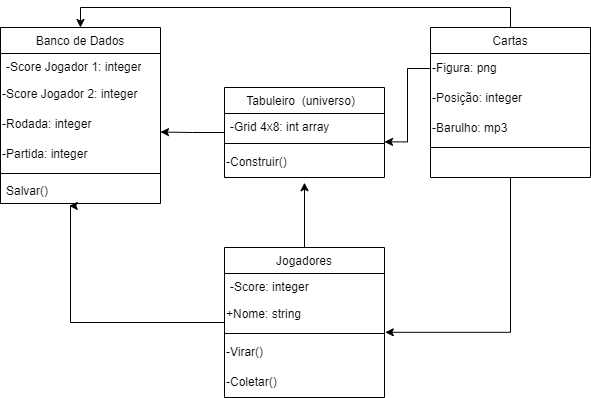
Earlier version of the draw.io export Diagrama de Classes.drawio.png (FelipeRibeirooo/Entrega-03-OO-UML). Source tidied: cells renumbered, new cells last; positions are measured from the earlier drawing's top-left corner, leaving out a move shared by most shapes. Its diagram source:
```xml
<mxGraphModel>
  <root>
    <mxCell id="0" />
    <mxCell id="1" parent="0" />
    <mxCell id="2" style="edgeStyle=orthogonalEdgeStyle;rounded=0;jettySize=auto;html=1;entryX=1;entryY=0.75;entryDx=0;entryDy=0;" parent="1" edge="1" source="3" target="22">
      <mxGeometry relative="1" as="geometry" />
    </mxCell>
    <mxCell id="3" value="Tabuleiro  (universo)  " style="swimlane;fontStyle=0;align=center;verticalAlign=top;horizontal=1;startSize=26;rounded=0;shadow=0;strokeWidth=1;" parent="1" vertex="1">
      <mxGeometry x="224" y="80" width="160" height="90" as="geometry" />
    </mxCell>
    <mxCell id="4" value="-Grid 4x8: int array" style="text;align=left;verticalAlign=top;spacingLeft=4;spacingRight=4;overflow=hidden;" parent="3" vertex="1">
      <mxGeometry y="26" width="160" height="26" as="geometry" />
    </mxCell>
    <mxCell id="5" style="line;html=1;strokeWidth=1;align=left;verticalAlign=middle;spacingTop=-1;spacingLeft=3;spacingRight=3;labelPosition=right;" parent="3" vertex="1">
      <mxGeometry y="52" width="160" height="8" as="geometry" />
    </mxCell>
    <mxCell id="6" value="&lt;div align=&quot;left&quot;&gt;-Construir()&lt;/div&gt;" style="text;html=1;align=left;verticalAlign=middle;points=[];strokeColor=none;fillColor=none;" parent="3" vertex="1">
      <mxGeometry y="60" width="160" height="30" as="geometry" />
    </mxCell>
    <mxCell id="7" value="Jogadores" style="swimlane;fontStyle=0;align=center;verticalAlign=top;horizontal=1;startSize=26;rounded=0;shadow=0;strokeWidth=1;" parent="1" vertex="1">
      <mxGeometry x="224" y="240" width="160" height="150" as="geometry" />
    </mxCell>
    <mxCell id="8" value="-Score: integer" style="text;align=left;verticalAlign=top;spacingLeft=4;spacingRight=4;overflow=hidden;" parent="7" vertex="1">
      <mxGeometry y="26" width="160" height="26" as="geometry" />
    </mxCell>
    <mxCell id="9" value="&lt;div align=&quot;left&quot;&gt;+Nome: string &lt;br&gt;&lt;/div&gt;" style="text;html=1;strokeColor=none;fillColor=none;align=left;verticalAlign=middle;whiteSpace=wrap;rounded=0;" parent="7" vertex="1">
      <mxGeometry y="52" width="160" height="30" as="geometry" />
    </mxCell>
    <mxCell id="10" style="line;html=1;strokeWidth=1;align=left;verticalAlign=middle;spacingTop=-1;spacingLeft=3;spacingRight=3;labelPosition=right;" parent="7" vertex="1">
      <mxGeometry y="82" width="160" height="8" as="geometry" />
    </mxCell>
    <mxCell id="11" value="-Virar()" style="text;html=1;align=left;verticalAlign=middle;points=[];strokeColor=none;fillColor=none;" parent="7" vertex="1">
      <mxGeometry y="90" width="160" height="30" as="geometry" />
    </mxCell>
    <mxCell id="12" value="-Coletar()" style="text;html=1;align=left;verticalAlign=middle;strokeColor=none;fillColor=none;" parent="7" vertex="1">
      <mxGeometry y="120" width="160" height="30" as="geometry" />
    </mxCell>
    <mxCell id="13" style="edgeStyle=orthogonalEdgeStyle;rounded=0;jettySize=auto;html=1;entryX=0.5;entryY=0;entryDx=0;entryDy=0;" parent="1" edge="1" source="14" target="19">
      <mxGeometry relative="1" as="geometry">
        <Array as="points">
          <mxPoint x="510" />
          <mxPoint x="80" />
        </Array>
      </mxGeometry>
    </mxCell>
    <mxCell id="14" value="Cartas" style="swimlane;fontStyle=0;align=center;verticalAlign=top;horizontal=1;startSize=26;rounded=0;shadow=0;strokeWidth=1;" parent="1" vertex="1">
      <mxGeometry x="430" y="20" width="160" height="150" as="geometry" />
    </mxCell>
    <mxCell id="15" value="&lt;div align=&quot;left&quot;&gt;-Figura: png&lt;br&gt;&lt;/div&gt;" style="text;html=1;strokeColor=none;fillColor=none;align=left;verticalAlign=middle;whiteSpace=wrap;rounded=0;" parent="14" vertex="1">
      <mxGeometry y="26" width="160" height="30" as="geometry" />
    </mxCell>
    <mxCell id="16" value="&lt;div align=&quot;left&quot;&gt;-Posição: integer&lt;br&gt;&lt;/div&gt;" style="text;html=1;strokeColor=none;fillColor=none;align=left;verticalAlign=middle;whiteSpace=wrap;rounded=0;" parent="14" vertex="1">
      <mxGeometry y="56" width="160" height="30" as="geometry" />
    </mxCell>
    <mxCell id="17" value="&lt;div align=&quot;left&quot;&gt;-Barulho: mp3&lt;br&gt;&lt;/div&gt;" style="text;html=1;strokeColor=none;fillColor=none;align=left;verticalAlign=middle;whiteSpace=wrap;rounded=0;" parent="14" vertex="1">
      <mxGeometry y="86" width="160" height="30" as="geometry" />
    </mxCell>
    <mxCell id="18" style="line;html=1;strokeWidth=1;align=left;verticalAlign=middle;spacingTop=-1;spacingLeft=3;spacingRight=3;labelPosition=right;" parent="14" vertex="1">
      <mxGeometry y="116" width="160" height="8" as="geometry" />
    </mxCell>
    <mxCell id="19" value="&lt;span style=&quot;font-weight: normal;&quot;&gt;Banco de Dados&lt;/span&gt;" style="swimlane;fontStyle=1;align=center;verticalAlign=top;horizontal=1;startSize=26;whiteSpace=wrap;html=1;" parent="1" vertex="1">
      <mxGeometry y="20" width="160" height="176" as="geometry" />
    </mxCell>
    <mxCell id="20" value="&lt;div&gt;-Score Jogador 1: integer &lt;br&gt;&lt;/div&gt;" style="text;strokeColor=none;fillColor=none;align=left;verticalAlign=top;spacingLeft=4;spacingRight=4;overflow=hidden;whiteSpace=wrap;html=1;" parent="19" vertex="1">
      <mxGeometry y="26" width="160" height="26" as="geometry" />
    </mxCell>
    <mxCell id="21" value="&lt;div align=&quot;left&quot;&gt;-Score Jogador 2: integer&lt;br&gt;&lt;/div&gt;" style="text;html=1;strokeColor=none;fillColor=none;align=left;verticalAlign=middle;whiteSpace=wrap;rounded=0;" parent="19" vertex="1">
      <mxGeometry y="52" width="160" height="30" as="geometry" />
    </mxCell>
    <mxCell id="22" value="-Rodada: integer" style="text;html=1;strokeColor=none;fillColor=none;align=left;verticalAlign=middle;whiteSpace=wrap;rounded=0;" parent="19" vertex="1">
      <mxGeometry y="82" width="160" height="30" as="geometry" />
    </mxCell>
    <mxCell id="23" value="&lt;div align=&quot;left&quot;&gt;-Partida: integer&lt;br&gt;&lt;/div&gt;" style="text;html=1;strokeColor=none;fillColor=none;align=left;verticalAlign=middle;whiteSpace=wrap;rounded=0;" parent="19" vertex="1">
      <mxGeometry y="112" width="160" height="30" as="geometry" />
    </mxCell>
    <mxCell id="24" style="line;strokeWidth=1;fillColor=none;align=left;verticalAlign=middle;spacingTop=-1;spacingLeft=3;spacingRight=3;labelPosition=right;strokeColor=inherit;" parent="19" vertex="1">
      <mxGeometry y="142" width="160" height="8" as="geometry" />
    </mxCell>
    <mxCell id="25" value="Salvar()" style="text;strokeColor=none;fillColor=none;align=left;verticalAlign=top;spacingLeft=4;spacingRight=4;overflow=hidden;points=[[0,0.5],[1,0.5]];portConstraint=eastwest;whiteSpace=wrap;html=1;" parent="19" vertex="1">
      <mxGeometry y="150" width="160" height="26" as="geometry" />
    </mxCell>
    <mxCell id="26" style="edgeStyle=orthogonalEdgeStyle;rounded=0;jettySize=auto;html=1;entryX=0.43;entryY=1.092;entryDx=0;entryDy=0;entryPerimeter=0;" parent="1" edge="1" source="7" target="25">
      <mxGeometry relative="1" as="geometry">
        <Array as="points">
          <mxPoint x="70" y="315" />
          <mxPoint x="70" y="198" />
        </Array>
      </mxGeometry>
    </mxCell>
    <mxCell id="27" style="edgeStyle=orthogonalEdgeStyle;rounded=0;jettySize=auto;html=1;entryX=1;entryY=-0.187;entryDx=0;entryDy=0;entryPerimeter=0;" parent="1" edge="1" source="15" target="6">
      <mxGeometry relative="1" as="geometry" />
    </mxCell>
    <mxCell id="28" style="edgeStyle=orthogonalEdgeStyle;rounded=0;jettySize=auto;html=1;entryX=1.005;entryY=-0.173;entryDx=0;entryDy=0;entryPerimeter=0;" parent="1" edge="1" source="14" target="11">
      <mxGeometry relative="1" as="geometry">
        <Array as="points">
          <mxPoint x="510" y="325" />
        </Array>
      </mxGeometry>
    </mxCell>
    <mxCell id="29" style="edgeStyle=orthogonalEdgeStyle;rounded=0;jettySize=auto;html=1;entryX=0.5;entryY=1.173;entryDx=0;entryDy=0;entryPerimeter=0;" parent="1" edge="1" source="7" target="6">
      <mxGeometry relative="1" as="geometry" />
    </mxCell>
  </root>
</mxGraphModel>
```
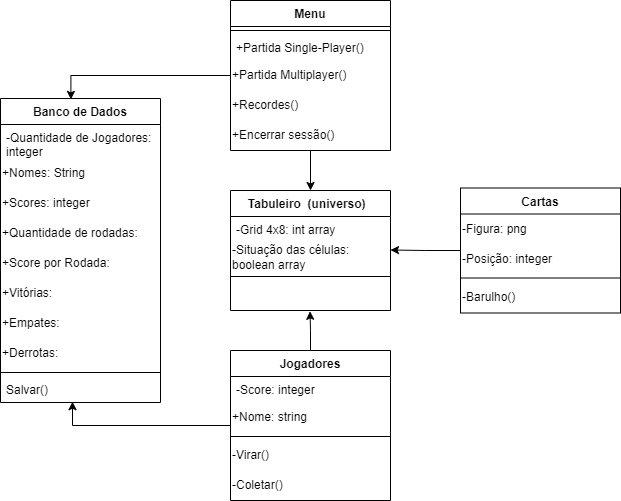
Later version of the same file.

Diff of the diagram source:
```diff
@@ -2,23 +2,23 @@
   <root>
     <mxCell id="0" />
     <mxCell id="1" parent="0" />
-    <mxCell id="2" style="edgeStyle=orthogonalEdgeStyle;rounded=0;jettySize=auto;html=1;entryX=1;entryY=0.75;entryDx=0;entryDy=0;" parent="1" edge="1" source="3" target="22">
-      <mxGeometry relative="1" as="geometry" />
-    </mxCell>
-    <mxCell id="3" value="Tabuleiro  (universo)  " style="swimlane;fontStyle=0;align=center;verticalAlign=top;horizontal=1;startSize=26;rounded=0;shadow=0;strokeWidth=1;" parent="1" vertex="1">
-      <mxGeometry x="224" y="80" width="160" height="90" as="geometry" />
+    <mxCell id="3" value="Tabuleiro  (universo)  " style="swimlane;fontStyle=1;align=center;verticalAlign=top;horizontal=1;startSize=26;rounded=0;shadow=0;strokeWidth=1;" parent="1" vertex="1">
+      <mxGeometry x="210" y="80" width="160" height="120" as="geometry" />
     </mxCell>
     <mxCell id="4" value="-Grid 4x8: int array" style="text;align=left;verticalAlign=top;spacingLeft=4;spacingRight=4;overflow=hidden;" parent="3" vertex="1">
       <mxGeometry y="26" width="160" height="26" as="geometry" />
     </mxCell>
+    <mxCell id="30" value="-Situação das células: boolean array" style="text;html=1;strokeColor=none;fillColor=none;align=left;verticalAlign=middle;whiteSpace=wrap;rounded=0;" parent="3" vertex="1">
+      <mxGeometry y="52" width="160" height="30" as="geometry" />
+    </mxCell>
     <mxCell id="5" style="line;html=1;strokeWidth=1;align=left;verticalAlign=middle;spacingTop=-1;spacingLeft=3;spacingRight=3;labelPosition=right;" parent="3" vertex="1">
-      <mxGeometry y="52" width="160" height="8" as="geometry" />
+      <mxGeometry y="82" width="160" height="8" as="geometry" />
     </mxCell>
-    <mxCell id="6" value="&lt;div align=&quot;left&quot;&gt;-Construir()&lt;/div&gt;" style="text;html=1;align=left;verticalAlign=middle;points=[];strokeColor=none;fillColor=none;" parent="3" vertex="1">
-      <mxGeometry y="60" width="160" height="30" as="geometry" />
+    <mxCell id="6" value="&lt;div align=&quot;left&quot;&gt;&lt;br&gt;&lt;/div&gt;" style="text;html=1;align=left;verticalAlign=middle;points=[];strokeColor=none;fillColor=none;" parent="3" vertex="1">
+      <mxGeometry y="90" width="160" height="30" as="geometry" />
     </mxCell>
-    <mxCell id="7" value="Jogadores" style="swimlane;fontStyle=0;align=center;verticalAlign=top;horizontal=1;startSize=26;rounded=0;shadow=0;strokeWidth=1;" parent="1" vertex="1">
-      <mxGeometry x="224" y="240" width="160" height="150" as="geometry" />
+    <mxCell id="7" value="Jogadores" style="swimlane;fontStyle=1;align=center;verticalAlign=top;horizontal=1;startSize=26;rounded=0;shadow=0;strokeWidth=1;" parent="1" vertex="1">
+      <mxGeometry x="210" y="240" width="160" height="150" as="geometry" />
     </mxCell>
     <mxCell id="8" value="-Score: integer" style="text;align=left;verticalAlign=top;spacingLeft=4;spacingRight=4;overflow=hidden;" parent="7" vertex="1">
       <mxGeometry y="26" width="160" height="26" as="geometry" />
@@ -35,16 +35,11 @@
     <mxCell id="12" value="-Coletar()" style="text;html=1;align=left;verticalAlign=middle;strokeColor=none;fillColor=none;" parent="7" vertex="1">
       <mxGeometry y="120" width="160" height="30" as="geometry" />
     </mxCell>
-    <mxCell id="13" style="edgeStyle=orthogonalEdgeStyle;rounded=0;jettySize=auto;html=1;entryX=0.5;entryY=0;entryDx=0;entryDy=0;" parent="1" edge="1" source="14" target="19">
-      <mxGeometry relative="1" as="geometry">
-        <Array as="points">
-          <mxPoint x="510" />
-          <mxPoint x="80" />
-        </Array>
-      </mxGeometry>
-    </mxCell>
+    <mxCell id="31" style="edgeStyle=orthogonalEdgeStyle;rounded=0;jettySize=auto;html=1;entryX=1;entryY=0.25;entryDx=0;entryDy=0;" parent="1" edge="1" source="14" target="30">
+      <mxGeometry relative="1" as="geometry" />
+    </mxCell>
-    <mxCell id="14" value="Cartas" style="swimlane;fontStyle=0;align=center;verticalAlign=top;horizontal=1;startSize=26;rounded=0;shadow=0;strokeWidth=1;" parent="1" vertex="1">
-      <mxGeometry x="430" y="20" width="160" height="150" as="geometry" />
+    <mxCell id="14" value="Cartas" style="swimlane;fontStyle=1;align=center;verticalAlign=top;horizontal=1;startSize=26;rounded=0;shadow=0;strokeWidth=1;" parent="1" vertex="1">
+      <mxGeometry x="440" y="77.5" width="160" height="125" as="geometry" />
     </mxCell>
     <mxCell id="15" value="&lt;div align=&quot;left&quot;&gt;-Figura: png&lt;br&gt;&lt;/div&gt;" style="text;html=1;strokeColor=none;fillColor=none;align=left;verticalAlign=middle;whiteSpace=wrap;rounded=0;" parent="14" vertex="1">
       <mxGeometry y="26" width="160" height="30" as="geometry" />
@@ -52,53 +47,74 @@
     <mxCell id="16" value="&lt;div align=&quot;left&quot;&gt;-Posição: integer&lt;br&gt;&lt;/div&gt;" style="text;html=1;strokeColor=none;fillColor=none;align=left;verticalAlign=middle;whiteSpace=wrap;rounded=0;" parent="14" vertex="1">
       <mxGeometry y="56" width="160" height="30" as="geometry" />
     </mxCell>
+    <mxCell id="18" style="line;html=1;strokeWidth=1;align=left;verticalAlign=middle;spacingTop=-1;spacingLeft=3;spacingRight=3;labelPosition=right;" parent="14" vertex="1">
+      <mxGeometry y="86" width="160" height="8" as="geometry" />
+    </mxCell>
-    <mxCell id="17" value="&lt;div align=&quot;left&quot;&gt;-Barulho: mp3&lt;br&gt;&lt;/div&gt;" style="text;html=1;strokeColor=none;fillColor=none;align=left;verticalAlign=middle;whiteSpace=wrap;rounded=0;" parent="14" vertex="1">
-      <mxGeometry y="86" width="160" height="30" as="geometry" />
+    <mxCell id="17" value="&lt;div align=&quot;left&quot;&gt;-Barulho()&lt;br&gt;&lt;/div&gt;" style="text;html=1;strokeColor=none;fillColor=none;align=left;verticalAlign=middle;whiteSpace=wrap;rounded=0;" parent="14" vertex="1">
+      <mxGeometry y="94" width="160" height="30" as="geometry" />
     </mxCell>
-    <mxCell id="18" style="line;html=1;strokeWidth=1;align=left;verticalAlign=middle;spacingTop=-1;spacingLeft=3;spacingRight=3;labelPosition=right;" parent="14" vertex="1">
-      <mxGeometry y="116" width="160" height="8" as="geometry" />
-    </mxCell>
-    <mxCell id="19" value="&lt;span style=&quot;font-weight: normal;&quot;&gt;Banco de Dados&lt;/span&gt;" style="swimlane;fontStyle=1;align=center;verticalAlign=top;horizontal=1;startSize=26;whiteSpace=wrap;html=1;" parent="1" vertex="1">
-      <mxGeometry y="20" width="160" height="176" as="geometry" />
+    <mxCell id="19" value="Banco de Dados" style="swimlane;fontStyle=1;align=center;verticalAlign=top;horizontal=1;startSize=26;whiteSpace=wrap;html=1;" parent="1" vertex="1">
+      <mxGeometry x="-20" y="-12" width="160" height="304" as="geometry" />
     </mxCell>
-    <mxCell id="20" value="&lt;div&gt;-Score Jogador 1: integer &lt;br&gt;&lt;/div&gt;" style="text;strokeColor=none;fillColor=none;align=left;verticalAlign=top;spacingLeft=4;spacingRight=4;overflow=hidden;whiteSpace=wrap;html=1;" parent="19" vertex="1">
-      <mxGeometry y="26" width="160" height="26" as="geometry" />
+    <mxCell id="20" value="&lt;div&gt;-Quantidade de Jogadores: integer&lt;br&gt;&lt;/div&gt;" style="text;strokeColor=none;fillColor=none;align=left;verticalAlign=top;spacingLeft=4;spacingRight=4;overflow=hidden;whiteSpace=wrap;html=1;" parent="19" vertex="1">
+      <mxGeometry y="26" width="160" height="34" as="geometry" />
     </mxCell>
-    <mxCell id="21" value="&lt;div align=&quot;left&quot;&gt;-Score Jogador 2: integer&lt;br&gt;&lt;/div&gt;" style="text;html=1;strokeColor=none;fillColor=none;align=left;verticalAlign=middle;whiteSpace=wrap;rounded=0;" parent="19" vertex="1">
-      <mxGeometry y="52" width="160" height="30" as="geometry" />
+    <mxCell id="21" value="&lt;div align=&quot;left&quot;&gt;+Nomes: String&lt;span style=&quot;white-space: pre;&quot;&gt;&#9;&lt;/span&gt;&lt;br&gt;&lt;/div&gt;" style="text;html=1;strokeColor=none;fillColor=none;align=left;verticalAlign=middle;whiteSpace=wrap;rounded=0;" parent="19" vertex="1">
+      <mxGeometry y="60" width="160" height="30" as="geometry" />
     </mxCell>
-    <mxCell id="22" value="-Rodada: integer" style="text;html=1;strokeColor=none;fillColor=none;align=left;verticalAlign=middle;whiteSpace=wrap;rounded=0;" parent="19" vertex="1">
-      <mxGeometry y="82" width="160" height="30" as="geometry" />
+    <mxCell id="22" value="+Scores: integer" style="text;html=1;strokeColor=none;fillColor=none;align=left;verticalAlign=middle;whiteSpace=wrap;rounded=0;" parent="19" vertex="1">
+      <mxGeometry y="90" width="160" height="30" as="geometry" />
     </mxCell>
-    <mxCell id="23" value="&lt;div align=&quot;left&quot;&gt;-Partida: integer&lt;br&gt;&lt;/div&gt;" style="text;html=1;strokeColor=none;fillColor=none;align=left;verticalAlign=middle;whiteSpace=wrap;rounded=0;" parent="19" vertex="1">
-      <mxGeometry y="112" width="160" height="30" as="geometry" />
+    <mxCell id="23" value="&lt;div align=&quot;left&quot;&gt;+Quantidade de rodadas:&lt;/div&gt;" style="text;html=1;strokeColor=none;fillColor=none;align=left;verticalAlign=middle;whiteSpace=wrap;rounded=0;" parent="19" vertex="1">
+      <mxGeometry y="120" width="160" height="30" as="geometry" />
     </mxCell>
+    <mxCell id="32" value="+Score por Rodada:" style="text;html=1;strokeColor=none;fillColor=none;align=left;verticalAlign=middle;whiteSpace=wrap;rounded=0;" parent="19" vertex="1">
+      <mxGeometry y="150" width="160" height="30" as="geometry" />
+    </mxCell>
+    <mxCell id="33" value="+Vitórias:" style="text;html=1;strokeColor=none;fillColor=none;align=left;verticalAlign=middle;whiteSpace=wrap;rounded=0;" parent="19" vertex="1">
+      <mxGeometry y="180" width="160" height="30" as="geometry" />
+    </mxCell>
+    <mxCell id="34" value="+Empates:" style="text;html=1;strokeColor=none;fillColor=none;align=left;verticalAlign=middle;whiteSpace=wrap;rounded=0;" parent="19" vertex="1">
+      <mxGeometry y="210" width="160" height="30" as="geometry" />
+    </mxCell>
+    <mxCell id="35" value="+Derrotas:" style="text;html=1;strokeColor=none;fillColor=none;align=left;verticalAlign=middle;whiteSpace=wrap;rounded=0;" parent="19" vertex="1">
+      <mxGeometry y="240" width="160" height="30" as="geometry" />
+    </mxCell>
     <mxCell id="24" style="line;strokeWidth=1;fillColor=none;align=left;verticalAlign=middle;spacingTop=-1;spacingLeft=3;spacingRight=3;labelPosition=right;strokeColor=inherit;" parent="19" vertex="1">
-      <mxGeometry y="142" width="160" height="8" as="geometry" />
+      <mxGeometry y="270" width="160" height="8" as="geometry" />
     </mxCell>
     <mxCell id="25" value="Salvar()" style="text;strokeColor=none;fillColor=none;align=left;verticalAlign=top;spacingLeft=4;spacingRight=4;overflow=hidden;points=[[0,0.5],[1,0.5]];portConstraint=eastwest;whiteSpace=wrap;html=1;" parent="19" vertex="1">
-      <mxGeometry y="150" width="160" height="26" as="geometry" />
+      <mxGeometry y="278" width="160" height="26" as="geometry" />
     </mxCell>
+    <mxCell id="36" style="edgeStyle=orthogonalEdgeStyle;rounded=0;jettySize=auto;html=1;" parent="1" edge="1" source="37" target="3">
+      <mxGeometry relative="1" as="geometry" />
+    </mxCell>
+    <mxCell id="37" value="Menu" style="swimlane;fontStyle=1;align=center;verticalAlign=top;horizontal=1;startSize=26;whiteSpace=wrap;html=1;" parent="1" vertex="1">
+      <mxGeometry x="210" y="-110" width="160" height="150" as="geometry" />
+    </mxCell>
+    <mxCell id="38" style="line;strokeWidth=1;fillColor=none;align=left;verticalAlign=middle;spacingTop=-1;spacingLeft=3;spacingRight=3;labelPosition=right;strokeColor=inherit;" parent="37" vertex="1">
+      <mxGeometry y="26" width="160" height="8" as="geometry" />
+    </mxCell>
+    <mxCell id="39" value="+Partida Single-Player()" style="text;strokeColor=none;fillColor=none;align=left;verticalAlign=top;spacingLeft=4;spacingRight=4;overflow=hidden;whiteSpace=wrap;html=1;" parent="37" vertex="1">
+      <mxGeometry y="34" width="160" height="26" as="geometry" />
+    </mxCell>
+    <mxCell id="40" value="+Partida Multiplayer()" style="text;html=1;strokeColor=none;fillColor=none;align=left;verticalAlign=middle;whiteSpace=wrap;rounded=0;" parent="37" vertex="1">
+      <mxGeometry y="60" width="160" height="30" as="geometry" />
+    </mxCell>
+    <mxCell id="41" value="+Recordes()" style="text;html=1;strokeColor=none;fillColor=none;align=left;verticalAlign=middle;whiteSpace=wrap;rounded=0;" parent="37" vertex="1">
+      <mxGeometry y="90" width="160" height="30" as="geometry" />
+    </mxCell>
+    <mxCell id="42" value="+Encerrar sessão()" style="text;html=1;strokeColor=none;fillColor=none;align=left;verticalAlign=middle;whiteSpace=wrap;rounded=0;" parent="37" vertex="1">
+      <mxGeometry y="120" width="160" height="30" as="geometry" />
+    </mxCell>
+    <mxCell id="29" style="edgeStyle=orthogonalEdgeStyle;rounded=0;jettySize=auto;html=1;entryX=0.497;entryY=1.027;entryDx=0;entryDy=0;entryPerimeter=0;" parent="1" edge="1" source="7" target="6">
+      <mxGeometry relative="1" as="geometry" />
+    </mxCell>
-    <mxCell id="26" style="edgeStyle=orthogonalEdgeStyle;rounded=0;jettySize=auto;html=1;entryX=0.43;entryY=1.092;entryDx=0;entryDy=0;entryPerimeter=0;" parent="1" edge="1" source="7" target="25">
-      <mxGeometry relative="1" as="geometry">
-        <Array as="points">
-          <mxPoint x="70" y="315" />
-          <mxPoint x="70" y="198" />
-        </Array>
-      </mxGeometry>
+    <mxCell id="26" style="edgeStyle=orthogonalEdgeStyle;rounded=0;jettySize=auto;html=1;entryX=0.45;entryY=0.969;entryDx=0;entryDy=0;entryPerimeter=0;" parent="1" edge="1" source="7" target="25">
+      <mxGeometry relative="1" as="geometry" />
     </mxCell>
-    <mxCell id="27" style="edgeStyle=orthogonalEdgeStyle;rounded=0;jettySize=auto;html=1;entryX=1;entryY=-0.187;entryDx=0;entryDy=0;entryPerimeter=0;" parent="1" edge="1" source="15" target="6">
-      <mxGeometry relative="1" as="geometry" />
-    </mxCell>
-    <mxCell id="28" style="edgeStyle=orthogonalEdgeStyle;rounded=0;jettySize=auto;html=1;entryX=1.005;entryY=-0.173;entryDx=0;entryDy=0;entryPerimeter=0;" parent="1" edge="1" source="14" target="11">
-      <mxGeometry relative="1" as="geometry">
-        <Array as="points">
-          <mxPoint x="510" y="325" />
-        </Array>
-      </mxGeometry>
-    </mxCell>
-    <mxCell id="29" style="edgeStyle=orthogonalEdgeStyle;rounded=0;jettySize=auto;html=1;entryX=0.5;entryY=1.173;entryDx=0;entryDy=0;entryPerimeter=0;" parent="1" edge="1" source="7" target="6">
-      <mxGeometry relative="1" as="geometry" />
-    </mxCell>
+    <mxCell id="43" style="edgeStyle=orthogonalEdgeStyle;rounded=0;jettySize=auto;html=1;entryX=0.44;entryY=0.003;entryDx=0;entryDy=0;entryPerimeter=0;" parent="1" edge="1" source="37" target="19">
+      <mxGeometry relative="1" as="geometry" />
+    </mxCell>
   </root>
 </mxGraphModel>
```
